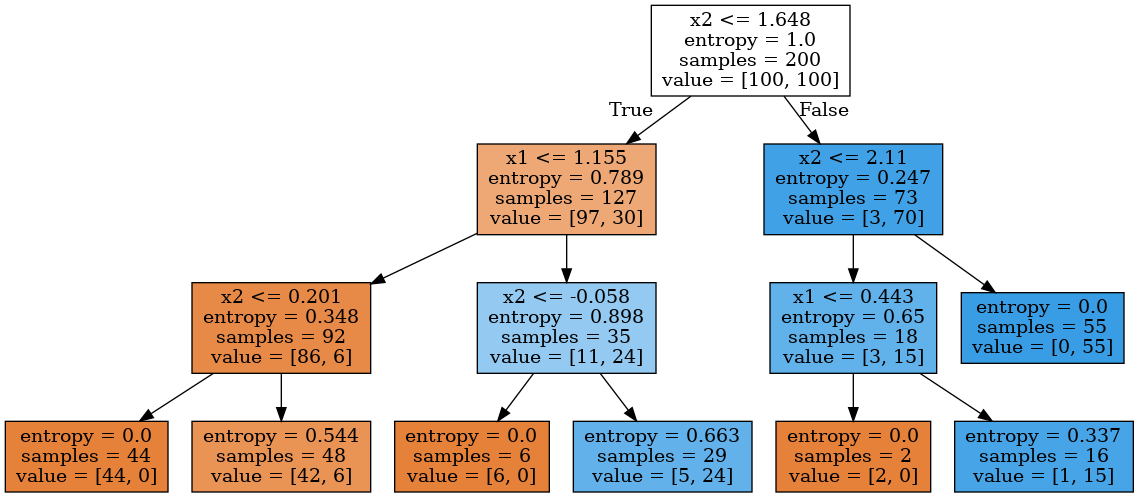
Earlier version of the Graphviz export Machine learning/ODS course/lesson3_classification_trees/small_tree.png (AV272/Programming). Its source is kept beside it as Machine learning/ODS course/lesson3_classification_trees/small_tree.dot. Source of this version:
```dot
digraph Tree {
node [shape=box, style="filled", color="black"] ;
0 [label="x2 <= 1.648\nentropy = 1.0\nsamples = 200\nvalue = [100, 100]", fillcolor="#ffffff"] ;
1 [label="x1 <= 1.155\nentropy = 0.789\nsamples = 127\nvalue = [97, 30]", fillcolor="#eda876"] ;
0 -> 1 [labeldistance=2.5, labelangle=45, headlabel="True"] ;
2 [label="x2 <= 0.201\nentropy = 0.348\nsamples = 92\nvalue = [86, 6]", fillcolor="#e78a47"] ;
1 -> 2 ;
3 [label="entropy = 0.0\nsamples = 44\nvalue = [44, 0]", fillcolor="#e58139"] ;
2 -> 3 ;
4 [label="entropy = 0.544\nsamples = 48\nvalue = [42, 6]", fillcolor="#e99355"] ;
2 -> 4 ;
5 [label="x2 <= -0.058\nentropy = 0.898\nsamples = 35\nvalue = [11, 24]", fillcolor="#94caf1"] ;
1 -> 5 ;
6 [label="entropy = 0.0\nsamples = 6\nvalue = [6, 0]", fillcolor="#e58139"] ;
5 -> 6 ;
7 [label="entropy = 0.663\nsamples = 29\nvalue = [5, 24]", fillcolor="#62b1ea"] ;
5 -> 7 ;
8 [label="x2 <= 2.11\nentropy = 0.247\nsamples = 73\nvalue = [3, 70]", fillcolor="#41a1e6"] ;
0 -> 8 [labeldistance=2.5, labelangle=-45, headlabel="False"] ;
9 [label="x1 <= 0.443\nentropy = 0.65\nsamples = 18\nvalue = [3, 15]", fillcolor="#61b1ea"] ;
8 -> 9 ;
10 [label="entropy = 0.0\nsamples = 2\nvalue = [2, 0]", fillcolor="#e58139"] ;
9 -> 10 ;
11 [label="entropy = 0.337\nsamples = 16\nvalue = [1, 15]", fillcolor="#46a4e7"] ;
9 -> 11 ;
12 [label="entropy = 0.0\nsamples = 55\nvalue = [0, 55]", fillcolor="#399de5"] ;
8 -> 12 ;
}
```
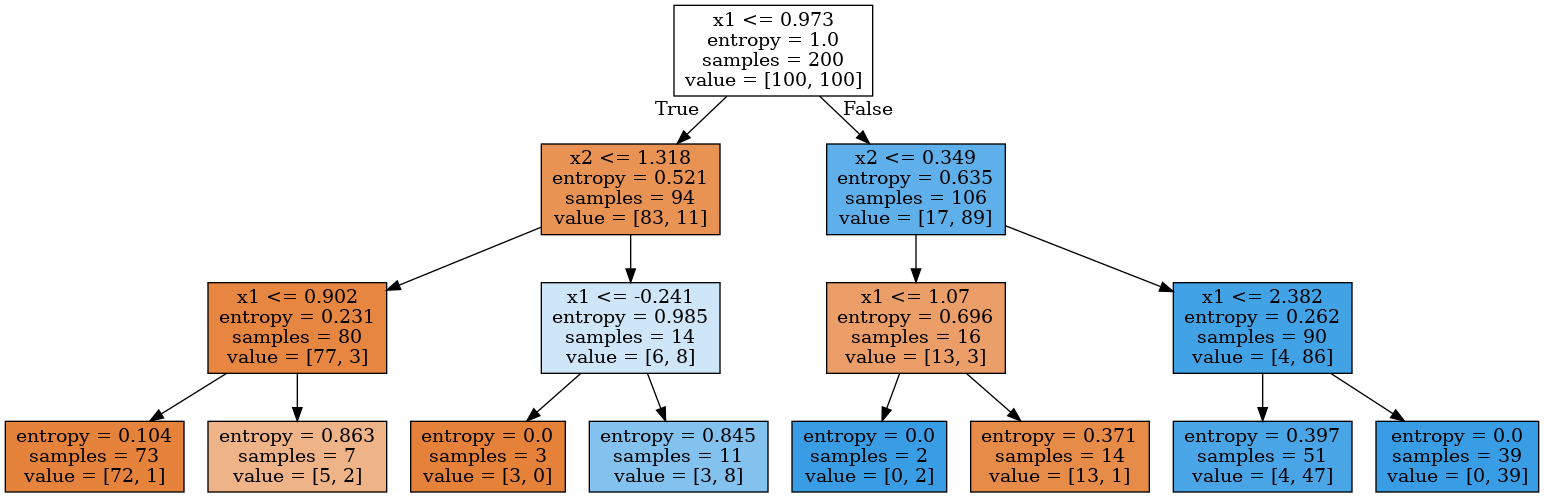
After the change.

Change to the diagram source:
```diff
@@ -1,28 +1,32 @@
 digraph Tree {
 node [shape=box, style="filled", color="black"] ;
-0 [label="x2 <= 1.648\nentropy = 1.0\nsamples = 200\nvalue = [100, 100]", fillcolor="#ffffff"] ;
-1 [label="x1 <= 1.155\nentropy = 0.789\nsamples = 127\nvalue = [97, 30]", fillcolor="#eda876"] ;
+0 [label="x1 <= 0.973\nentropy = 1.0\nsamples = 200\nvalue = [100, 100]", fillcolor="#ffffff"] ;
+1 [label="x2 <= 1.318\nentropy = 0.521\nsamples = 94\nvalue = [83, 11]", fillcolor="#e89253"] ;
 0 -> 1 [labeldistance=2.5, labelangle=45, headlabel="True"] ;
-2 [label="x2 <= 0.201\nentropy = 0.348\nsamples = 92\nvalue = [86, 6]", fillcolor="#e78a47"] ;
+2 [label="x1 <= 0.902\nentropy = 0.231\nsamples = 80\nvalue = [77, 3]", fillcolor="#e68641"] ;
 1 -> 2 ;
-3 [label="entropy = 0.0\nsamples = 44\nvalue = [44, 0]", fillcolor="#e58139"] ;
+3 [label="entropy = 0.104\nsamples = 73\nvalue = [72, 1]", fillcolor="#e5833c"] ;
 2 -> 3 ;
-4 [label="entropy = 0.544\nsamples = 48\nvalue = [42, 6]", fillcolor="#e99355"] ;
+4 [label="entropy = 0.863\nsamples = 7\nvalue = [5, 2]", fillcolor="#efb388"] ;
 2 -> 4 ;
-5 [label="x2 <= -0.058\nentropy = 0.898\nsamples = 35\nvalue = [11, 24]", fillcolor="#94caf1"] ;
+5 [label="x1 <= -0.241\nentropy = 0.985\nsamples = 14\nvalue = [6, 8]", fillcolor="#cee6f8"] ;
 1 -> 5 ;
-6 [label="entropy = 0.0\nsamples = 6\nvalue = [6, 0]", fillcolor="#e58139"] ;
+6 [label="entropy = 0.0\nsamples = 3\nvalue = [3, 0]", fillcolor="#e58139"] ;
 5 -> 6 ;
-7 [label="entropy = 0.663\nsamples = 29\nvalue = [5, 24]", fillcolor="#62b1ea"] ;
+7 [label="entropy = 0.845\nsamples = 11\nvalue = [3, 8]", fillcolor="#83c2ef"] ;
 5 -> 7 ;
-8 [label="x2 <= 2.11\nentropy = 0.247\nsamples = 73\nvalue = [3, 70]", fillcolor="#41a1e6"] ;
+8 [label="x2 <= 0.349\nentropy = 0.635\nsamples = 106\nvalue = [17, 89]", fillcolor="#5fb0ea"] ;
 0 -> 8 [labeldistance=2.5, labelangle=-45, headlabel="False"] ;
-9 [label="x1 <= 0.443\nentropy = 0.65\nsamples = 18\nvalue = [3, 15]", fillcolor="#61b1ea"] ;
+9 [label="x1 <= 1.07\nentropy = 0.696\nsamples = 16\nvalue = [13, 3]", fillcolor="#eb9e67"] ;
 8 -> 9 ;
-10 [label="entropy = 0.0\nsamples = 2\nvalue = [2, 0]", fillcolor="#e58139"] ;
+10 [label="entropy = 0.0\nsamples = 2\nvalue = [0, 2]", fillcolor="#399de5"] ;
 9 -> 10 ;
-11 [label="entropy = 0.337\nsamples = 16\nvalue = [1, 15]", fillcolor="#46a4e7"] ;
+11 [label="entropy = 0.371\nsamples = 14\nvalue = [13, 1]", fillcolor="#e78b48"] ;
 9 -> 11 ;
-12 [label="entropy = 0.0\nsamples = 55\nvalue = [0, 55]", fillcolor="#399de5"] ;
+12 [label="x1 <= 2.382\nentropy = 0.262\nsamples = 90\nvalue = [4, 86]", fillcolor="#42a2e6"] ;
 8 -> 12 ;
+13 [label="entropy = 0.397\nsamples = 51\nvalue = [4, 47]", fillcolor="#4aa5e7"] ;
+12 -> 13 ;
+14 [label="entropy = 0.0\nsamples = 39\nvalue = [0, 39]", fillcolor="#399de5"] ;
+12 -> 14 ;
 }
```
